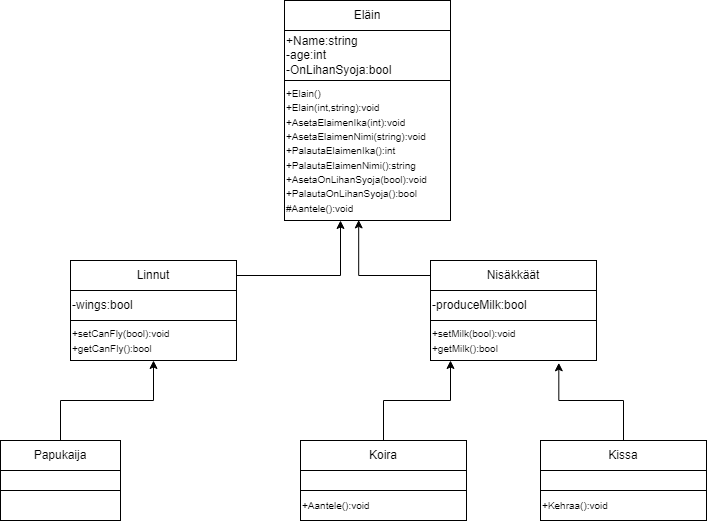
Before: Luokkakaavio.png, a diagram exported from draw.io (QJUXUQ/OlioOhjelmointi2023). Source tidied: cells renumbered, new cells last; positions are measured from the earlier drawing's top-left corner, leaving out a move shared by most shapes.
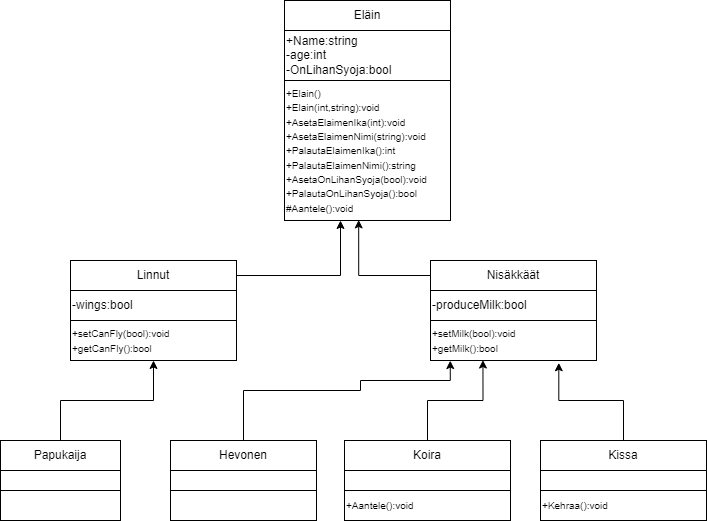
Later version of the same file.

Diff of the diagram source:
```diff
@@ -46,19 +46,17 @@
     <mxCell id="13" value="&lt;font style=&quot;font-size: 10px;&quot;&gt;+setMilk(bool):void&lt;br&gt;+getMilk():bool&lt;br&gt;&lt;/font&gt;" style="rounded=0;whiteSpace=wrap;html=1;align=left;" parent="1" vertex="1">
       <mxGeometry x="430" y="320" width="166" height="40" as="geometry" />
     </mxCell>
-    <mxCell id="14" style="edgeStyle=orthogonalEdgeStyle;rounded=0;jettySize=auto;html=1;" parent="1" edge="1" source="15">
-      <mxGeometry relative="1" as="geometry">
-        <mxPoint x="450" y="360" as="targetPoint" />
-      </mxGeometry>
+    <mxCell id="14" style="edgeStyle=orthogonalEdgeStyle;rounded=0;jettySize=auto;html=1;entryX=0.316;entryY=0.989;entryDx=0;entryDy=0;entryPerimeter=0;" parent="1" edge="1" source="15" target="13">
+      <mxGeometry relative="1" as="geometry" />
     </mxCell>
     <mxCell id="15" value="Koira" style="rounded=0;whiteSpace=wrap;html=1;" parent="1" vertex="1">
-      <mxGeometry x="300" y="440" width="166" height="30" as="geometry" />
+      <mxGeometry x="344" y="440" width="166" height="30" as="geometry" />
     </mxCell>
     <mxCell id="16" style="rounded=0;whiteSpace=wrap;html=1;align=left;" parent="1" vertex="1">
-      <mxGeometry x="300" y="470" width="166" height="20" as="geometry" />
+      <mxGeometry x="344" y="470" width="166" height="20" as="geometry" />
     </mxCell>
     <mxCell id="17" value="&lt;font style=&quot;font-size: 10px;&quot;&gt;+Aantele():void&lt;br&gt;&lt;/font&gt;" style="rounded=0;whiteSpace=wrap;html=1;align=left;" parent="1" vertex="1">
-      <mxGeometry x="300" y="490" width="166" height="30" as="geometry" />
+      <mxGeometry x="344" y="490" width="166" height="30" as="geometry" />
     </mxCell>
     <mxCell id="18" style="edgeStyle=orthogonalEdgeStyle;rounded=0;jettySize=auto;html=1;entryX=0.773;entryY=1.058;entryDx=0;entryDy=0;entryPerimeter=0;" parent="1" edge="1" source="19" target="13">
       <mxGeometry relative="1" as="geometry" />
@@ -84,5 +82,24 @@
     <mxCell id="25" style="rounded=0;whiteSpace=wrap;html=1;" parent="1" vertex="1">
       <mxGeometry y="490" width="120" height="30" as="geometry" />
     </mxCell>
+    <mxCell id="26" style="edgeStyle=orthogonalEdgeStyle;rounded=0;jettySize=auto;html=1;entryX=0.119;entryY=1.003;entryDx=0;entryDy=0;entryPerimeter=0;" parent="1" edge="1" source="27" target="13">
+      <mxGeometry relative="1" as="geometry">
+        <Array as="points">
+          <mxPoint x="243" y="390" />
+          <mxPoint x="360" y="390" />
+          <mxPoint x="360" y="380" />
+          <mxPoint x="450" y="380" />
+        </Array>
+      </mxGeometry>
+    </mxCell>
+    <mxCell id="27" value="Hevonen" style="rounded=0;whiteSpace=wrap;html=1;" parent="1" vertex="1">
+      <mxGeometry x="170" y="440" width="146" height="30" as="geometry" />
+    </mxCell>
+    <mxCell id="28" style="rounded=0;whiteSpace=wrap;html=1;align=left;" parent="1" vertex="1">
+      <mxGeometry x="170" y="470" width="146" height="20" as="geometry" />
+    </mxCell>
+    <mxCell id="29" value="&lt;font style=&quot;font-size: 10px;&quot;&gt;&lt;br&gt;&lt;/font&gt;" style="rounded=0;whiteSpace=wrap;html=1;align=left;" parent="1" vertex="1">
+      <mxGeometry x="170" y="490" width="146" height="30" as="geometry" />
+    </mxCell>
   </root>
 </mxGraphModel>
```
